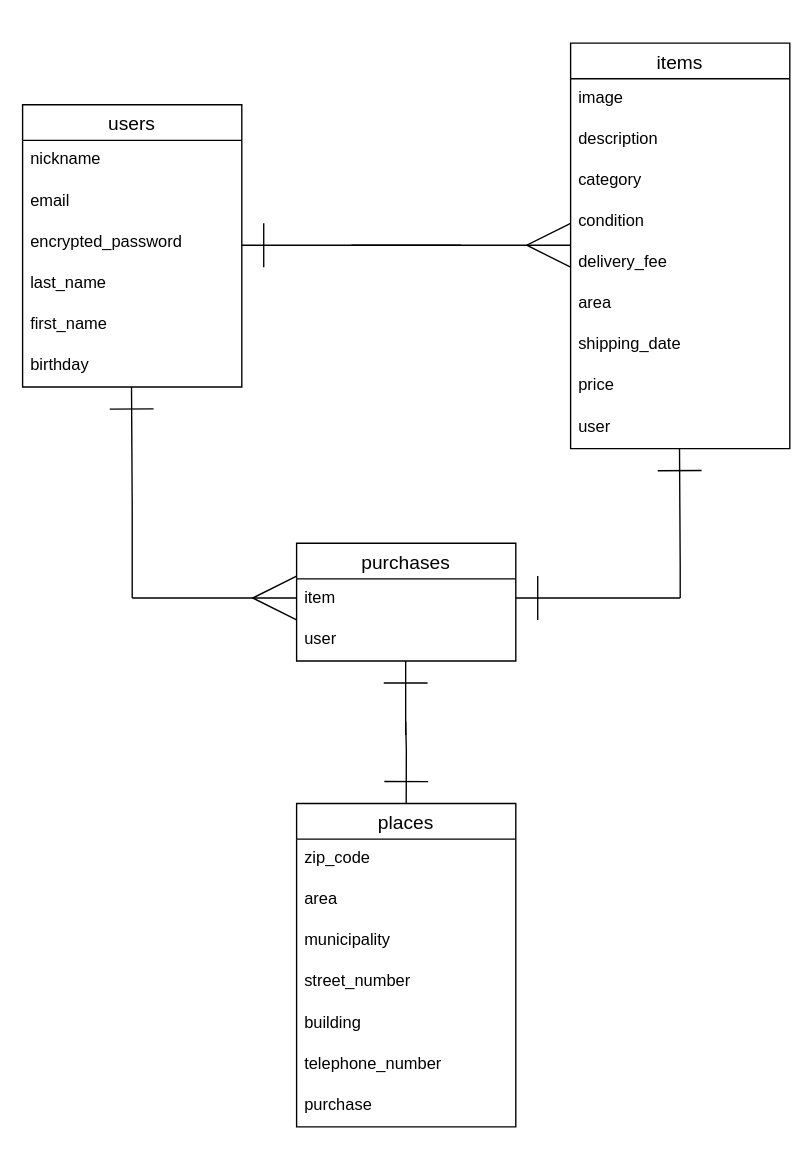
Aocky/furima-34297 keeps this draw.io diagram as ER.dio. Above is the earlier version. Source tidied: cells renumbered, new cells numbered last; positions are measured from the earlier drawing's top-left corner, leaving out a move shared by most shapes. Both pictures are drawn from the tidied source at 137%, with x=0, y=0 at pixel (22, 42).
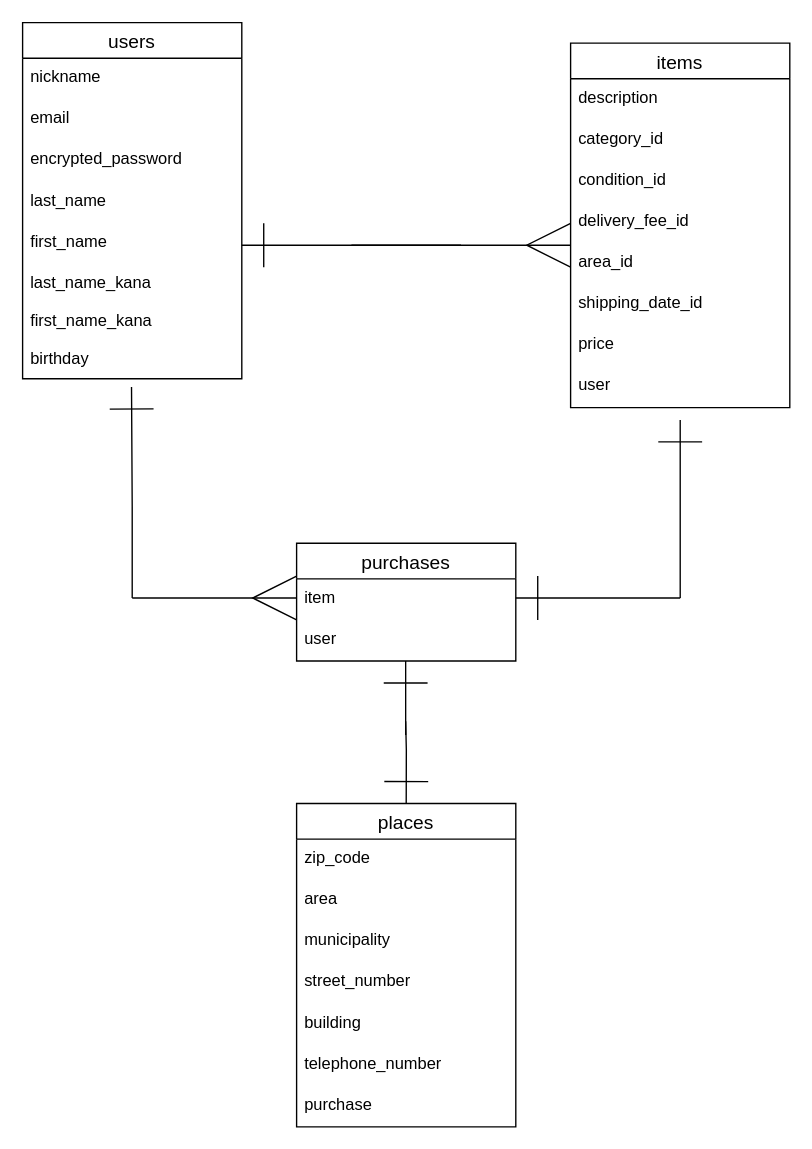
After the change.

The edit, as a diff of the source:
```diff
@@
     <mxCell id="2" value="users" style="swimlane;fontStyle=0;horizontal=1;startSize=26;align=center;fontSize=14;labelBackgroundColor=none;" parent="1" vertex="1">
-      <mxGeometry y="45" width="160" height="206" as="geometry" />
+      <mxGeometry y="-15" width="160" height="260" as="geometry" />
     </mxCell>
@@
+    <mxCell id="8" value="first_name" style="text;strokeColor=none;fillColor=none;spacingLeft=4;spacingRight=4;overflow=hidden;fontSize=12;" parent="2" vertex="1">
+      <mxGeometry y="146" width="160" height="30" as="geometry" />
+    </mxCell>
-    <mxCell id="7" value="first_name" style="text;strokeColor=none;fillColor=none;spacingLeft=4;spacingRight=4;overflow=hidden;fontSize=12;labelBackgroundColor=none;align=left;" parent="2" vertex="1">
-      <mxGeometry y="146" width="160" height="30" as="geometry" />
+    <mxCell id="7" value="last_name_kana&#10;&#10;first_name_kana&#10;&#10;birthday" style="text;strokeColor=none;fillColor=none;spacingLeft=4;spacingRight=4;overflow=hidden;fontSize=12;labelBackgroundColor=none;align=left;" parent="2" vertex="1">
+      <mxGeometry y="176" width="160" height="84" as="geometry" />
     </mxCell>
-    <mxCell id="8" value="birthday" style="text;strokeColor=none;fillColor=none;spacingLeft=4;spacingRight=4;overflow=hidden;fontSize=12;" parent="2" vertex="1">
-      <mxGeometry y="176" width="160" height="30" as="geometry" />
-    </mxCell>
     <mxCell id="9" value="items" style="swimlane;fontStyle=0;horizontal=1;startSize=26;align=center;fontSize=14;" parent="1" vertex="1">
-      <mxGeometry x="400" width="160" height="296" as="geometry" />
+      <mxGeometry x="400" width="160" height="266" as="geometry" />
     </mxCell>
-    <mxCell id="10" value="image" style="text;strokeColor=none;fillColor=none;spacingLeft=4;spacingRight=4;overflow=hidden;fontSize=12;" parent="9" vertex="1">
-      <mxGeometry y="26" width="160" height="30" as="geometry" />
-    </mxCell>
     <mxCell id="11" value="description" style="text;strokeColor=none;fillColor=none;spacingLeft=4;spacingRight=4;overflow=hidden;fontSize=12;" parent="9" vertex="1">
-      <mxGeometry y="56" width="160" height="30" as="geometry" />
+      <mxGeometry y="26" width="160" height="30" as="geometry" />
     </mxCell>
-    <mxCell id="12" value="category" style="text;strokeColor=none;fillColor=none;spacingLeft=4;spacingRight=4;overflow=hidden;fontSize=12;" parent="9" vertex="1">
-      <mxGeometry y="86" width="160" height="30" as="geometry" />
+    <mxCell id="12" value="category_id" style="text;strokeColor=none;fillColor=none;spacingLeft=4;spacingRight=4;overflow=hidden;fontSize=12;" parent="9" vertex="1">
+      <mxGeometry y="56" width="160" height="30" as="geometry" />
     </mxCell>
-    <mxCell id="13" value="condition" style="text;strokeColor=none;fillColor=none;spacingLeft=4;spacingRight=4;overflow=hidden;fontSize=12;" parent="9" vertex="1">
-      <mxGeometry y="116" width="160" height="30" as="geometry" />
+    <mxCell id="13" value="condition_id" style="text;strokeColor=none;fillColor=none;spacingLeft=4;spacingRight=4;overflow=hidden;fontSize=12;" parent="9" vertex="1">
+      <mxGeometry y="86" width="160" height="30" as="geometry" />
     </mxCell>
-    <mxCell id="14" value="delivery_fee" style="text;strokeColor=none;fillColor=none;spacingLeft=4;spacingRight=4;overflow=hidden;fontSize=12;" parent="9" vertex="1">
-      <mxGeometry y="146" width="160" height="30" as="geometry" />
+    <mxCell id="14" value="delivery_fee_id" style="text;strokeColor=none;fillColor=none;spacingLeft=4;spacingRight=4;overflow=hidden;fontSize=12;" parent="9" vertex="1">
+      <mxGeometry y="116" width="160" height="30" as="geometry" />
     </mxCell>
-    <mxCell id="15" value="area" style="text;strokeColor=none;fillColor=none;spacingLeft=4;spacingRight=4;overflow=hidden;fontSize=12;" parent="9" vertex="1">
-      <mxGeometry y="176" width="160" height="30" as="geometry" />
+    <mxCell id="15" value="area_id" style="text;strokeColor=none;fillColor=none;spacingLeft=4;spacingRight=4;overflow=hidden;fontSize=12;" parent="9" vertex="1">
+      <mxGeometry y="146" width="160" height="30" as="geometry" />
     </mxCell>
-    <mxCell id="16" value="shipping_date" style="text;strokeColor=none;fillColor=none;spacingLeft=4;spacingRight=4;overflow=hidden;fontSize=12;" parent="9" vertex="1">
-      <mxGeometry y="206" width="160" height="30" as="geometry" />
+    <mxCell id="16" value="shipping_date_id" style="text;strokeColor=none;fillColor=none;spacingLeft=4;spacingRight=4;overflow=hidden;fontSize=12;" parent="9" vertex="1">
+      <mxGeometry y="176" width="160" height="30" as="geometry" />
     </mxCell>
     <mxCell id="17" value="price" style="text;strokeColor=none;fillColor=none;spacingLeft=4;spacingRight=4;overflow=hidden;fontSize=12;" parent="9" vertex="1">
-      <mxGeometry y="236" width="160" height="30" as="geometry" />
+      <mxGeometry y="206" width="160" height="30" as="geometry" />
     </mxCell>
     <mxCell id="18" value="user" style="text;strokeColor=none;fillColor=none;spacingLeft=4;spacingRight=4;overflow=hidden;fontSize=12;" parent="9" vertex="1">
-      <mxGeometry y="266" width="160" height="30" as="geometry" />
+      <mxGeometry y="236" width="160" height="30" as="geometry" />
     </mxCell>
@@
     <mxCell id="35" style="edgeStyle=orthogonalEdgeStyle;rounded=0;orthogonalLoop=1;jettySize=auto;html=1;startSize=40;sourcePerimeterSpacing=6;endArrow=ERone;endFill=0;endSize=30;strokeWidth=1;" parent="1" edge="1">
       <mxGeometry relative="1" as="geometry">
         <mxPoint x="480" y="405" as="sourcePoint" />
-        <mxPoint x="479.5" y="296" as="targetPoint" />
+        <mxPoint x="480" y="275" as="targetPoint" />
         <Array as="points">
           <mxPoint x="480" y="383" />
         </Array>
       </mxGeometry>
     </mxCell>
```
